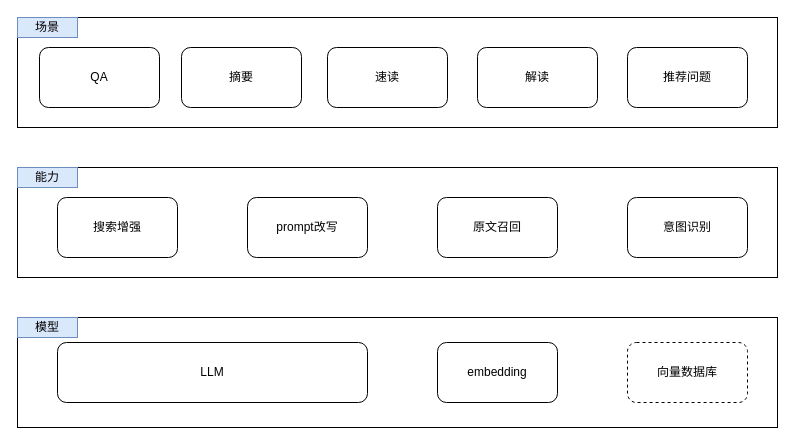
This is ai.drawio from codeloverql/drawio, a draw.io file, before an edit. Source tidied: cells renumbered, new cells numbered last; positions are measured from the earlier drawing's top-left corner, leaving out a move shared by most shapes. Both pictures are drawn from the tidied source at 100%, with x=0, y=0 at pixel (17, 17).
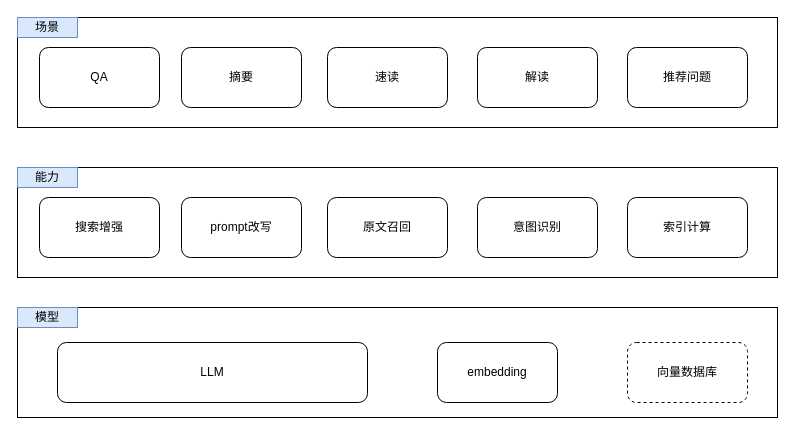
After the change.

The edit, as a diff of the source:
```diff
@@
     <mxCell id="2" style="rounded=0;whiteSpace=wrap;html=1;" parent="1" vertex="1">
-      <mxGeometry y="300" width="760" height="110" as="geometry" />
+      <mxGeometry y="290" width="760" height="110" as="geometry" />
     </mxCell>
@@
     <mxCell id="10" value="搜索增强" style="rounded=1;whiteSpace=wrap;html=1;" parent="1" vertex="1">
-      <mxGeometry x="40" y="180" width="120" height="60" as="geometry" />
+      <mxGeometry x="22" y="180" width="120" height="60" as="geometry" />
     </mxCell>
     <mxCell id="11" value="prompt改写" style="rounded=1;whiteSpace=wrap;html=1;" parent="1" vertex="1">
-      <mxGeometry x="230" y="180" width="120" height="60" as="geometry" />
+      <mxGeometry x="164" y="180" width="120" height="60" as="geometry" />
     </mxCell>
     <mxCell id="12" value="原文召回" style="rounded=1;whiteSpace=wrap;html=1;" parent="1" vertex="1">
-      <mxGeometry x="420" y="180" width="120" height="60" as="geometry" />
+      <mxGeometry x="310" y="180" width="120" height="60" as="geometry" />
     </mxCell>
     <mxCell id="13" value="意图识别" style="rounded=1;whiteSpace=wrap;html=1;" parent="1" vertex="1">
-      <mxGeometry x="610" y="180" width="120" height="60" as="geometry" />
+      <mxGeometry x="460" y="180" width="120" height="60" as="geometry" />
     </mxCell>
@@
     <mxCell id="18" value="模型" style="rounded=0;whiteSpace=wrap;html=1;fillColor=#dae8fc;strokeColor=#6c8ebf;" parent="1" vertex="1">
-      <mxGeometry y="300" width="60" height="20" as="geometry" />
+      <mxGeometry y="290" width="60" height="20" as="geometry" />
     </mxCell>
@@
+    <mxCell id="20" value="索引计算" style="rounded=1;whiteSpace=wrap;html=1;" parent="1" vertex="1">
+      <mxGeometry x="610" y="180" width="120" height="60" as="geometry" />
+    </mxCell>
```
